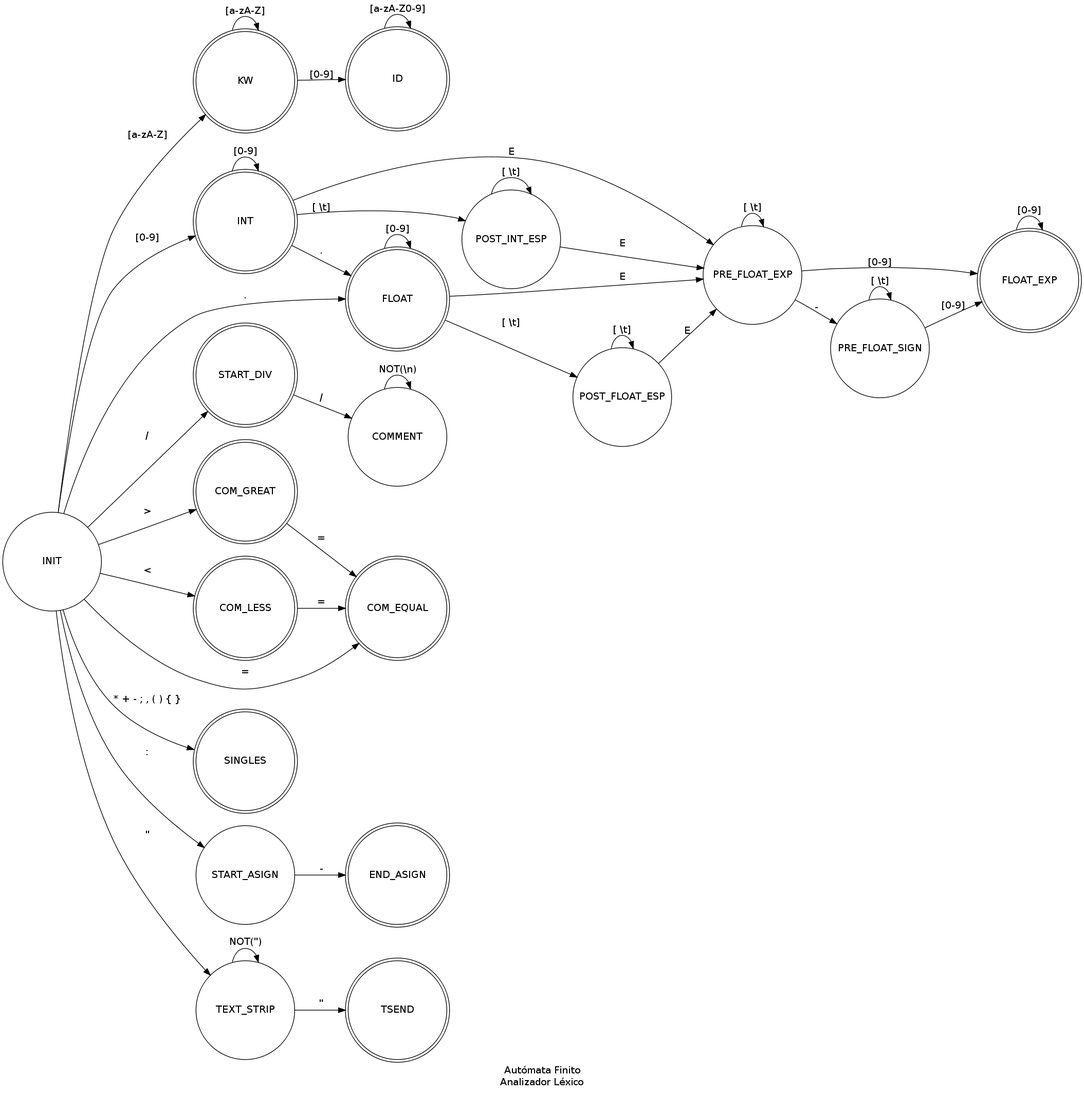
The Graphviz diagram rlw-compiler-2010/doc/lexer.png in matiasjrossi/rlw-compiler-2010, before a commit. Its source is kept beside it as rlw-compiler-2010/doc/lexer.gv. Its diagram source:
```dot
digraph finite_state_machine {
	rankdir=LR;
	node [shape = doublecircle,fixedsize=true,width=2]; KW ID INT FLOAT FLOAT_EXP END_ASIGN START_DIV COM_GREAT COM_LESS COM_EQUAL SINGLES TSEND;
	node [shape=circle,fixedsize=true,width=2];
	INIT -> KW [ label = "[a-zA-Z]" ];
	INIT -> INT [ label = "[0-9]" ];
	INIT -> FLOAT [ label = "." ];
	INIT -> START_ASIGN [ label = ":" ];
	INIT -> START_DIV [ label = "/"];
	INIT -> COM_GREAT [ label =">" ];
	INIT -> COM_LESS [ label ="<" ];
	INIT -> COM_EQUAL [ label = "=" ];
	INIT -> SINGLES [ label= "* + - ; , ( ) { }" ];
	INIT -> TEXT_STRIP [ label = "\"" ];
	TEXT_STRIP -> TEXT_STRIP [ label = "NOT(\")" ];
	TEXT_STRIP -> TSEND [ label = "\"" ];
	START_DIV -> COMMENT [ label = "/" ];
	COMMENT -> COMMENT [ label = "NOT(\\n)" ];
	COM_LESS -> COM_EQUAL [ label = "=" ];
	COM_GREAT -> COM_EQUAL [ label = "=" ];
	START_ASIGN -> END_ASIGN [ label = "-" ];
	KW -> ID [ label = "[0-9]" ];
	KW -> KW [ label = "[a-zA-Z]" ];
	ID -> ID [ label = "[a-zA-Z0-9]" ];
	INT -> INT [ label = "[0-9]" ];
	INT -> FLOAT [ label = "." ];
	INT -> PRE_FLOAT_EXP [ label = "E" ];
	INT -> POST_INT_ESP [ label = "[ \\t]" ];
	FLOAT -> FLOAT [ label = "[0-9]" ];
	FLOAT -> PRE_FLOAT_EXP [ label = "E" ];
	FLOAT -> POST_FLOAT_ESP [ label = "[ \\t]" ];
	POST_FLOAT_ESP -> POST_FLOAT_ESP [ label = "[ \\t]" ];
	POST_FLOAT_ESP -> PRE_FLOAT_EXP [ label = "E" ];
	POST_INT_ESP -> POST_INT_ESP [ label = "[ \\t]" ];
	POST_INT_ESP -> PRE_FLOAT_EXP [ label = "E" ];
	PRE_FLOAT_EXP -> PRE_FLOAT_EXP [ label = "[ \\t]" ];
	PRE_FLOAT_EXP -> PRE_FLOAT_SIGN [ label = "-" ];
	PRE_FLOAT_EXP -> FLOAT_EXP [ label = "[0-9]" ];
	PRE_FLOAT_SIGN -> PRE_FLOAT_SIGN [ label = "[ \\t]" ];
	PRE_FLOAT_SIGN -> FLOAT_EXP [ label = "[0-9]" ];
	FLOAT_EXP -> FLOAT_EXP [ label = "[0-9]" ];
	overlap=false
	label="Autómata Finito\nAnalizador Léxico"
}
```
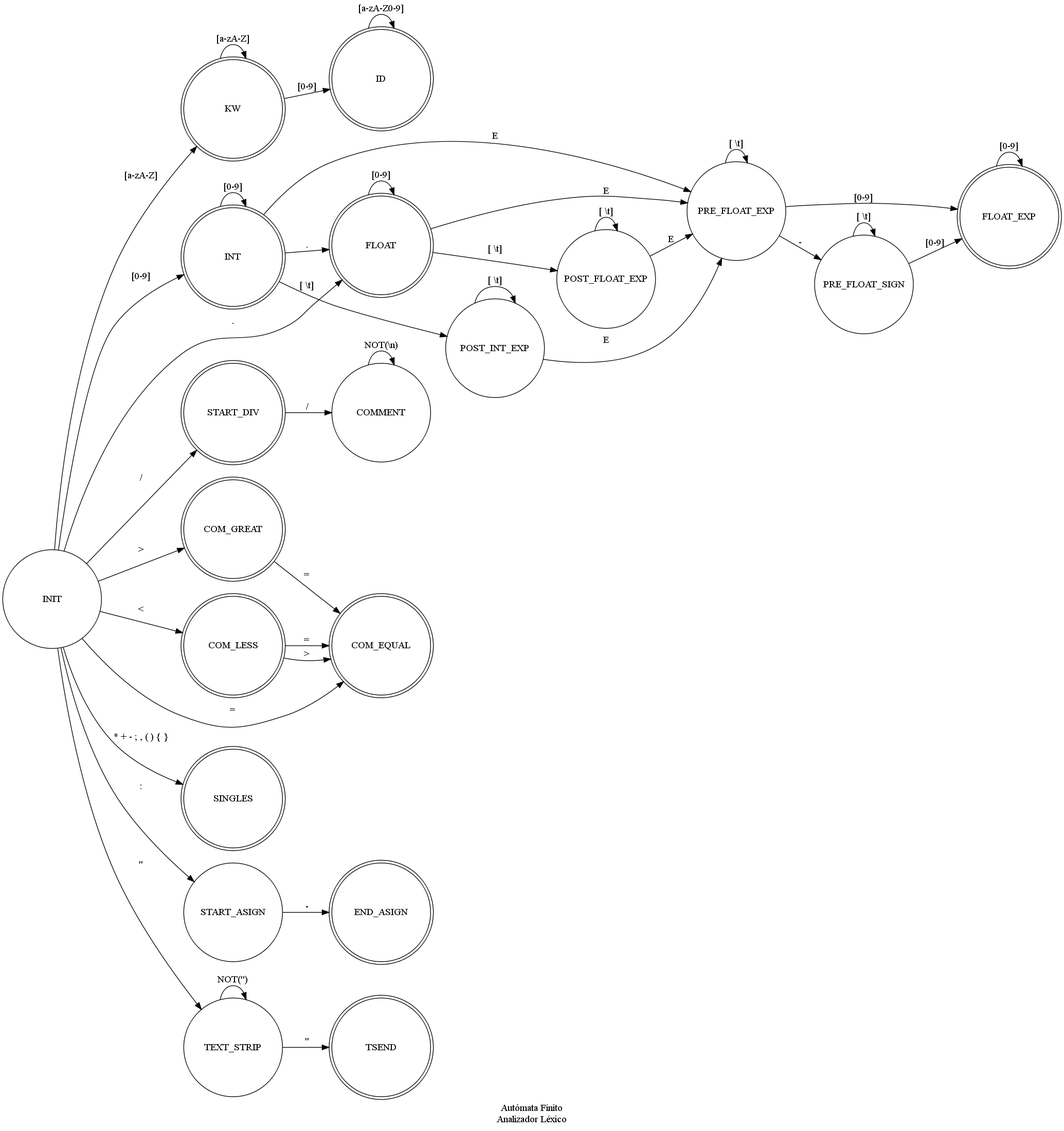
The same file after the commit.

Diff of the diagram source:
```diff
@@ -17,6 +17,7 @@
 	START_DIV -> COMMENT [ label = "/" ];
 	COMMENT -> COMMENT [ label = "NOT(\\n)" ];
 	COM_LESS -> COM_EQUAL [ label = "=" ];
+	COM_LESS -> COM_EQUAL [ label = ">" ];
 	COM_GREAT -> COM_EQUAL [ label = "=" ];
 	START_ASIGN -> END_ASIGN [ label = "-" ];
 	KW -> ID [ label = "[0-9]" ];
@@ -25,14 +26,14 @@
 	INT -> INT [ label = "[0-9]" ];
 	INT -> FLOAT [ label = "." ];
 	INT -> PRE_FLOAT_EXP [ label = "E" ];
-	INT -> POST_INT_ESP [ label = "[ \\t]" ];
+	INT -> POST_INT_EXP [ label = "[ \\t]" ];
 	FLOAT -> FLOAT [ label = "[0-9]" ];
 	FLOAT -> PRE_FLOAT_EXP [ label = "E" ];
-	FLOAT -> POST_FLOAT_ESP [ label = "[ \\t]" ];
-	POST_FLOAT_ESP -> POST_FLOAT_ESP [ label = "[ \\t]" ];
-	POST_FLOAT_ESP -> PRE_FLOAT_EXP [ label = "E" ];
-	POST_INT_ESP -> POST_INT_ESP [ label = "[ \\t]" ];
-	POST_INT_ESP -> PRE_FLOAT_EXP [ label = "E" ];
+	FLOAT -> POST_FLOAT_EXP [ label = "[ \\t]" ];
+	POST_FLOAT_EXP -> POST_FLOAT_EXP [ label = "[ \\t]" ];
+	POST_FLOAT_EXP -> PRE_FLOAT_EXP [ label = "E" ];
+	POST_INT_EXP -> POST_INT_EXP [ label = "[ \\t]" ];
+	POST_INT_EXP -> PRE_FLOAT_EXP [ label = "E" ];
 	PRE_FLOAT_EXP -> PRE_FLOAT_EXP [ label = "[ \\t]" ];
 	PRE_FLOAT_EXP -> PRE_FLOAT_SIGN [ label = "-" ];
 	PRE_FLOAT_EXP -> FLOAT_EXP [ label = "[0-9]" ];
```
